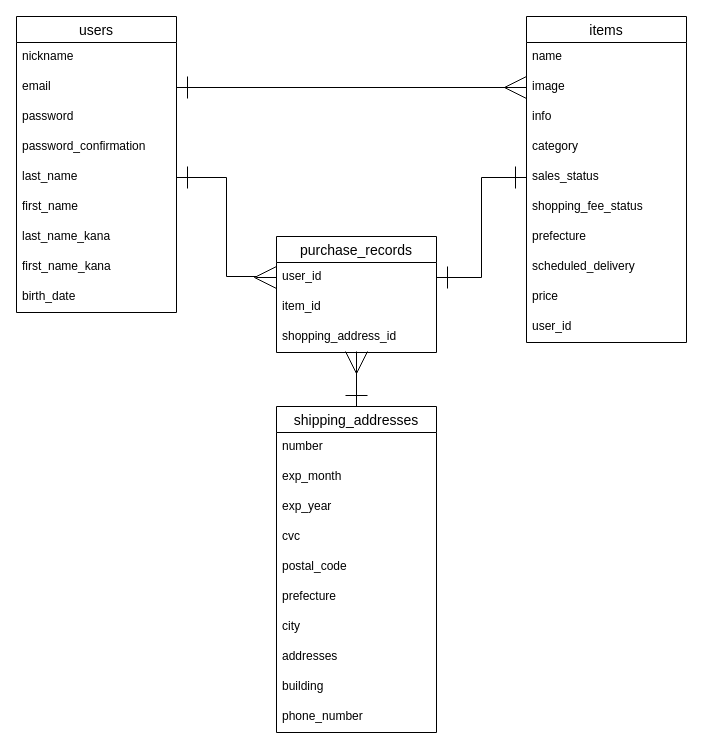
Before: furima-32459.dio in kazuki0925/furima-32459, a draw.io diagram. Source tidied: cells renumbered, new cells numbered last; positions are measured from the earlier drawing's top-left corner, leaving out a move shared by most shapes. Both pictures are drawn from the tidied source at 100%, with x=0, y=0 at pixel (16, 16).
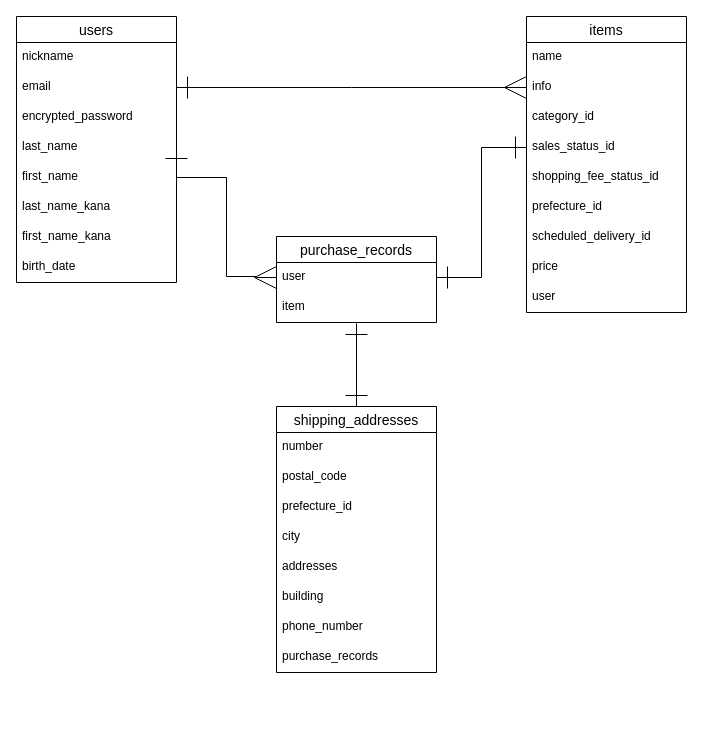
After the change.

Commit message (it also covers changes not shown here):
DB設計(テーブル設計)修正１

The change refers to these unchanged cells:
```xml
<mxCell id="4" value="email" style="text;strokeColor=none;fillColor=none;spacingLeft=4;spacingRight=4;overflow=hidden;points=[[0,0.5],[1,0.5]];portConstraint=eastwest;fontSize=12;" parent="2" vertex="1">
  <mxGeometry y="56" width="160" height="30" as="geometry" />
</mxCell>
```

The edit, as a diff of the source:
```diff
@@
     <mxCell id="2" value="users" style="swimlane;fontStyle=0;horizontal=1;startSize=26;align=center;fontSize=14;" parent="1" vertex="1">
-      <mxGeometry width="160" height="296" as="geometry" />
+      <mxGeometry width="160" height="266" as="geometry" />
     </mxCell>
@@
-    <mxCell id="5" value="password" style="text;strokeColor=none;fillColor=none;spacingLeft=4;spacingRight=4;overflow=hidden;fontSize=12;" parent="2" vertex="1">
+    <mxCell id="5" value="encrypted_password" style="text;strokeColor=none;fillColor=none;spacingLeft=4;spacingRight=4;overflow=hidden;fontSize=12;" parent="2" vertex="1">
       <mxGeometry y="86" width="160" height="30" as="geometry" />
     </mxCell>
-    <mxCell id="6" value="password_confirmation" style="text;strokeColor=none;fillColor=none;spacingLeft=4;spacingRight=4;overflow=hidden;fontSize=12;" parent="2" vertex="1">
-      <mxGeometry y="116" width="160" height="30" as="geometry" />
-    </mxCell>
     <mxCell id="7" value="last_name" style="text;strokeColor=none;fillColor=none;spacingLeft=4;spacingRight=4;overflow=hidden;points=[[0,0.5],[1,0.5]];portConstraint=eastwest;fontSize=12;" parent="2" vertex="1">
-      <mxGeometry y="146" width="160" height="30" as="geometry" />
+      <mxGeometry y="116" width="160" height="30" as="geometry" />
     </mxCell>
     <mxCell id="8" value="first_name" style="text;strokeColor=none;fillColor=none;spacingLeft=4;spacingRight=4;overflow=hidden;fontSize=12;" parent="2" vertex="1">
-      <mxGeometry y="176" width="160" height="30" as="geometry" />
+      <mxGeometry y="146" width="160" height="30" as="geometry" />
     </mxCell>
     <mxCell id="9" value="last_name_kana" style="text;strokeColor=none;fillColor=none;spacingLeft=4;spacingRight=4;overflow=hidden;fontSize=12;" parent="2" vertex="1">
-      <mxGeometry y="206" width="160" height="30" as="geometry" />
+      <mxGeometry y="176" width="160" height="30" as="geometry" />
     </mxCell>
     <mxCell id="10" value="first_name_kana" style="text;strokeColor=none;fillColor=none;spacingLeft=4;spacingRight=4;overflow=hidden;fontSize=12;" parent="2" vertex="1">
-      <mxGeometry y="236" width="160" height="30" as="geometry" />
+      <mxGeometry y="206" width="160" height="30" as="geometry" />
     </mxCell>
     <mxCell id="11" value="birth_date" style="text;strokeColor=none;fillColor=none;spacingLeft=4;spacingRight=4;overflow=hidden;fontSize=12;" parent="2" vertex="1">
-      <mxGeometry y="266" width="160" height="30" as="geometry" />
+      <mxGeometry y="236" width="160" height="30" as="geometry" />
     </mxCell>
     <mxCell id="12" value="items" style="swimlane;fontStyle=0;horizontal=1;startSize=26;align=center;fontSize=14;" parent="1" vertex="1">
-      <mxGeometry x="510" width="160" height="326" as="geometry" />
+      <mxGeometry x="510" width="160" height="296" as="geometry" />
     </mxCell>
@@
-    <mxCell id="14" value="image" style="text;strokeColor=none;fillColor=none;spacingLeft=4;spacingRight=4;overflow=hidden;points=[[0,0.5],[1,0.5]];portConstraint=eastwest;fontSize=12;" parent="12" vertex="1">
-      <mxGeometry y="56" width="160" height="30" as="geometry" />
-    </mxCell>
     <mxCell id="15" value="info" style="text;strokeColor=none;fillColor=none;spacingLeft=4;spacingRight=4;overflow=hidden;fontSize=12;" parent="12" vertex="1">
-      <mxGeometry y="86" width="160" height="30" as="geometry" />
+      <mxGeometry y="56" width="160" height="30" as="geometry" />
     </mxCell>
-    <mxCell id="16" value="category" style="text;strokeColor=none;fillColor=none;spacingLeft=4;spacingRight=4;overflow=hidden;fontSize=12;" parent="12" vertex="1">
-      <mxGeometry y="116" width="160" height="30" as="geometry" />
+    <mxCell id="16" value="category_id" style="text;strokeColor=none;fillColor=none;spacingLeft=4;spacingRight=4;overflow=hidden;fontSize=12;" parent="12" vertex="1">
+      <mxGeometry y="86" width="160" height="30" as="geometry" />
     </mxCell>
-    <mxCell id="17" value="sales_status" style="text;strokeColor=none;fillColor=none;spacingLeft=4;spacingRight=4;overflow=hidden;points=[[0,0.5],[1,0.5]];portConstraint=eastwest;fontSize=12;" parent="12" vertex="1">
-      <mxGeometry y="146" width="160" height="30" as="geometry" />
+    <mxCell id="17" value="sales_status_id" style="text;strokeColor=none;fillColor=none;spacingLeft=4;spacingRight=4;overflow=hidden;points=[[0,0.5],[1,0.5]];portConstraint=eastwest;fontSize=12;" parent="12" vertex="1">
+      <mxGeometry y="116" width="160" height="30" as="geometry" />
     </mxCell>
-    <mxCell id="18" value="shopping_fee_status" style="text;strokeColor=none;fillColor=none;spacingLeft=4;spacingRight=4;overflow=hidden;fontSize=12;" parent="12" vertex="1">
-      <mxGeometry y="176" width="160" height="30" as="geometry" />
+    <mxCell id="18" value="shopping_fee_status_id" style="text;strokeColor=none;fillColor=none;spacingLeft=4;spacingRight=4;overflow=hidden;fontSize=12;" parent="12" vertex="1">
+      <mxGeometry y="146" width="160" height="30" as="geometry" />
     </mxCell>
-    <mxCell id="19" value="prefecture" style="text;strokeColor=none;fillColor=none;spacingLeft=4;spacingRight=4;overflow=hidden;fontSize=12;" parent="12" vertex="1">
-      <mxGeometry y="206" width="160" height="30" as="geometry" />
+    <mxCell id="19" value="prefecture_id" style="text;strokeColor=none;fillColor=none;spacingLeft=4;spacingRight=4;overflow=hidden;fontSize=12;" parent="12" vertex="1">
+      <mxGeometry y="176" width="160" height="30" as="geometry" />
     </mxCell>
-    <mxCell id="20" value="scheduled_delivery" style="text;strokeColor=none;fillColor=none;spacingLeft=4;spacingRight=4;overflow=hidden;fontSize=12;" parent="12" vertex="1">
-      <mxGeometry y="236" width="160" height="30" as="geometry" />
+    <mxCell id="20" value="scheduled_delivery_id" style="text;strokeColor=none;fillColor=none;spacingLeft=4;spacingRight=4;overflow=hidden;fontSize=12;" parent="12" vertex="1">
+      <mxGeometry y="206" width="160" height="30" as="geometry" />
     </mxCell>
     <mxCell id="21" value="price" style="text;strokeColor=none;fillColor=none;spacingLeft=4;spacingRight=4;overflow=hidden;fontSize=12;" parent="12" vertex="1">
-      <mxGeometry y="266" width="160" height="30" as="geometry" />
+      <mxGeometry y="236" width="160" height="30" as="geometry" />
     </mxCell>
-    <mxCell id="22" value="user_id" style="text;strokeColor=none;fillColor=none;spacingLeft=4;spacingRight=4;overflow=hidden;fontSize=12;" parent="12" vertex="1">
-      <mxGeometry y="296" width="160" height="30" as="geometry" />
+    <mxCell id="22" value="user" style="text;strokeColor=none;fillColor=none;spacingLeft=4;spacingRight=4;overflow=hidden;fontSize=12;" parent="12" vertex="1">
+      <mxGeometry y="266" width="160" height="30" as="geometry" />
     </mxCell>
-    <mxCell id="23" style="edgeStyle=orthogonalEdgeStyle;rounded=0;jettySize=auto;html=1;exitX=0.5;exitY=0;exitDx=0;exitDy=0;entryX=0.5;entryY=0.967;entryDx=0;entryDy=0;entryPerimeter=0;startArrow=ERone;startFill=0;startSize=20;endArrow=ERmany;endFill=0;endSize=20;strokeWidth=1;" parent="1" edge="1" source="24" target="39">
-      <mxGeometry relative="1" as="geometry" />
-    </mxCell>
+    <mxCell id="42" style="edgeStyle=orthogonalEdgeStyle;rounded=0;jettySize=auto;html=1;exitX=0.5;exitY=0;exitDx=0;exitDy=0;entryX=0.5;entryY=1.033;entryDx=0;entryDy=0;entryPerimeter=0;endArrow=ERone;endFill=0;startArrow=ERone;startFill=0;endSize=20;startSize=20;" parent="1" edge="1" source="24" target="38">
+      <mxGeometry relative="1" as="geometry" />
+    </mxCell>
     <mxCell id="24" value="shipping_addresses" style="swimlane;fontStyle=0;horizontal=1;startSize=26;align=center;fontSize=14;" parent="1" vertex="1">
-      <mxGeometry x="260" y="390" width="160" height="326" as="geometry" />
+      <mxGeometry x="260" y="390" width="160" height="266" as="geometry" />
     </mxCell>
@@
-    <mxCell id="26" value="exp_month" style="text;strokeColor=none;fillColor=none;spacingLeft=4;spacingRight=4;overflow=hidden;fontSize=12;" parent="24" vertex="1">
-      <mxGeometry y="56" width="160" height="30" as="geometry" />
-    </mxCell>
-    <mxCell id="27" value="exp_year" style="text;strokeColor=none;fillColor=none;spacingLeft=4;spacingRight=4;overflow=hidden;fontSize=12;" parent="24" vertex="1">
-      <mxGeometry y="86" width="160" height="30" as="geometry" />
-    </mxCell>
-    <mxCell id="28" value="cvc" style="text;strokeColor=none;fillColor=none;spacingLeft=4;spacingRight=4;overflow=hidden;fontSize=12;" parent="24" vertex="1">
-      <mxGeometry y="116" width="160" height="30" as="geometry" />
-    </mxCell>
     <mxCell id="29" value="postal_code" style="text;strokeColor=none;fillColor=none;spacingLeft=4;spacingRight=4;overflow=hidden;fontSize=12;" parent="24" vertex="1">
-      <mxGeometry y="146" width="160" height="30" as="geometry" />
+      <mxGeometry y="56" width="160" height="30" as="geometry" />
     </mxCell>
-    <mxCell id="30" value="prefecture" style="text;strokeColor=none;fillColor=none;spacingLeft=4;spacingRight=4;overflow=hidden;fontSize=12;" parent="24" vertex="1">
-      <mxGeometry y="176" width="160" height="30" as="geometry" />
+    <mxCell id="30" value="prefecture_id" style="text;strokeColor=none;fillColor=none;spacingLeft=4;spacingRight=4;overflow=hidden;fontSize=12;" parent="24" vertex="1">
+      <mxGeometry y="86" width="160" height="30" as="geometry" />
     </mxCell>
     <mxCell id="31" value="city" style="text;strokeColor=none;fillColor=none;spacingLeft=4;spacingRight=4;overflow=hidden;fontSize=12;" parent="24" vertex="1">
-      <mxGeometry y="206" width="160" height="30" as="geometry" />
+      <mxGeometry y="116" width="160" height="30" as="geometry" />
     </mxCell>
     <mxCell id="32" value="addresses" style="text;strokeColor=none;fillColor=none;spacingLeft=4;spacingRight=4;overflow=hidden;fontSize=12;" parent="24" vertex="1">
-      <mxGeometry y="236" width="160" height="30" as="geometry" />
+      <mxGeometry y="146" width="160" height="30" as="geometry" />
     </mxCell>
     <mxCell id="33" value="building" style="text;strokeColor=none;fillColor=none;spacingLeft=4;spacingRight=4;overflow=hidden;fontSize=12;" parent="24" vertex="1">
-      <mxGeometry y="266" width="160" height="30" as="geometry" />
+      <mxGeometry y="176" width="160" height="30" as="geometry" />
     </mxCell>
     <mxCell id="34" value="phone_number" style="text;strokeColor=none;fillColor=none;spacingLeft=4;spacingRight=4;overflow=hidden;fontSize=12;" parent="24" vertex="1">
-      <mxGeometry y="296" width="160" height="30" as="geometry" />
+      <mxGeometry y="206" width="160" height="30" as="geometry" />
     </mxCell>
+    <mxCell id="43" value="purchase_records" style="text;strokeColor=none;fillColor=none;spacingLeft=4;spacingRight=4;overflow=hidden;fontSize=12;" parent="24" vertex="1">
+      <mxGeometry y="236" width="160" height="30" as="geometry" />
+    </mxCell>
@@
     <mxCell id="36" value="purchase_records" style="swimlane;fontStyle=0;horizontal=1;startSize=26;align=center;fontSize=14;" parent="1" vertex="1">
-      <mxGeometry x="260" y="220" width="160" height="116" as="geometry" />
+      <mxGeometry x="260" y="220" width="160" height="86" as="geometry" />
     </mxCell>
-    <mxCell id="37" value="user_id" style="text;strokeColor=none;fillColor=none;spacingLeft=4;spacingRight=4;overflow=hidden;points=[[0,0.5],[1,0.5]];portConstraint=eastwest;fontSize=12;" parent="36" vertex="1">
+    <mxCell id="37" value="user" style="text;strokeColor=none;fillColor=none;spacingLeft=4;spacingRight=4;overflow=hidden;points=[[0,0.5],[1,0.5]];portConstraint=eastwest;fontSize=12;" parent="36" vertex="1">
       <mxGeometry y="26" width="160" height="30" as="geometry" />
     </mxCell>
-    <mxCell id="38" value="item_id" style="text;strokeColor=none;fillColor=none;spacingLeft=4;spacingRight=4;overflow=hidden;points=[[0,0.5],[1,0.5]];portConstraint=eastwest;fontSize=12;" parent="36" vertex="1">
+    <mxCell id="38" value="item" style="text;strokeColor=none;fillColor=none;spacingLeft=4;spacingRight=4;overflow=hidden;points=[[0,0.5],[1,0.5]];portConstraint=eastwest;fontSize=12;" parent="36" vertex="1">
       <mxGeometry y="56" width="160" height="30" as="geometry" />
     </mxCell>
-    <mxCell id="39" value="shopping_address_id" style="text;strokeColor=none;fillColor=none;spacingLeft=4;spacingRight=4;overflow=hidden;points=[[0,0.5],[1,0.5]];portConstraint=eastwest;fontSize=12;" parent="36" vertex="1">
-      <mxGeometry y="86" width="160" height="30" as="geometry" />
-    </mxCell>
-    <mxCell id="40" style="edgeStyle=orthogonalEdgeStyle;rounded=0;jettySize=auto;html=1;exitX=1;exitY=0.5;exitDx=0;exitDy=0;entryX=0;entryY=0.5;entryDx=0;entryDy=0;endArrow=ERmany;endFill=0;strokeWidth=1;endSize=20;startArrow=ERone;startFill=0;startSize=20;" parent="1" edge="1" source="4" target="14">
-      <mxGeometry relative="1" as="geometry" />
+    <mxCell id="40" style="edgeStyle=orthogonalEdgeStyle;rounded=0;jettySize=auto;html=1;exitX=1;exitY=0.5;exitDx=0;exitDy=0;entryX=0;entryY=0.5;entryDx=0;entryDy=0;endArrow=ERmany;endFill=0;strokeWidth=1;endSize=20;startArrow=ERone;startFill=0;startSize=20;" parent="1" edge="1" source="4">
+      <mxGeometry relative="1" as="geometry">
+        <mxPoint x="510" y="71" as="targetPoint" />
+      </mxGeometry>
     </mxCell>
```
